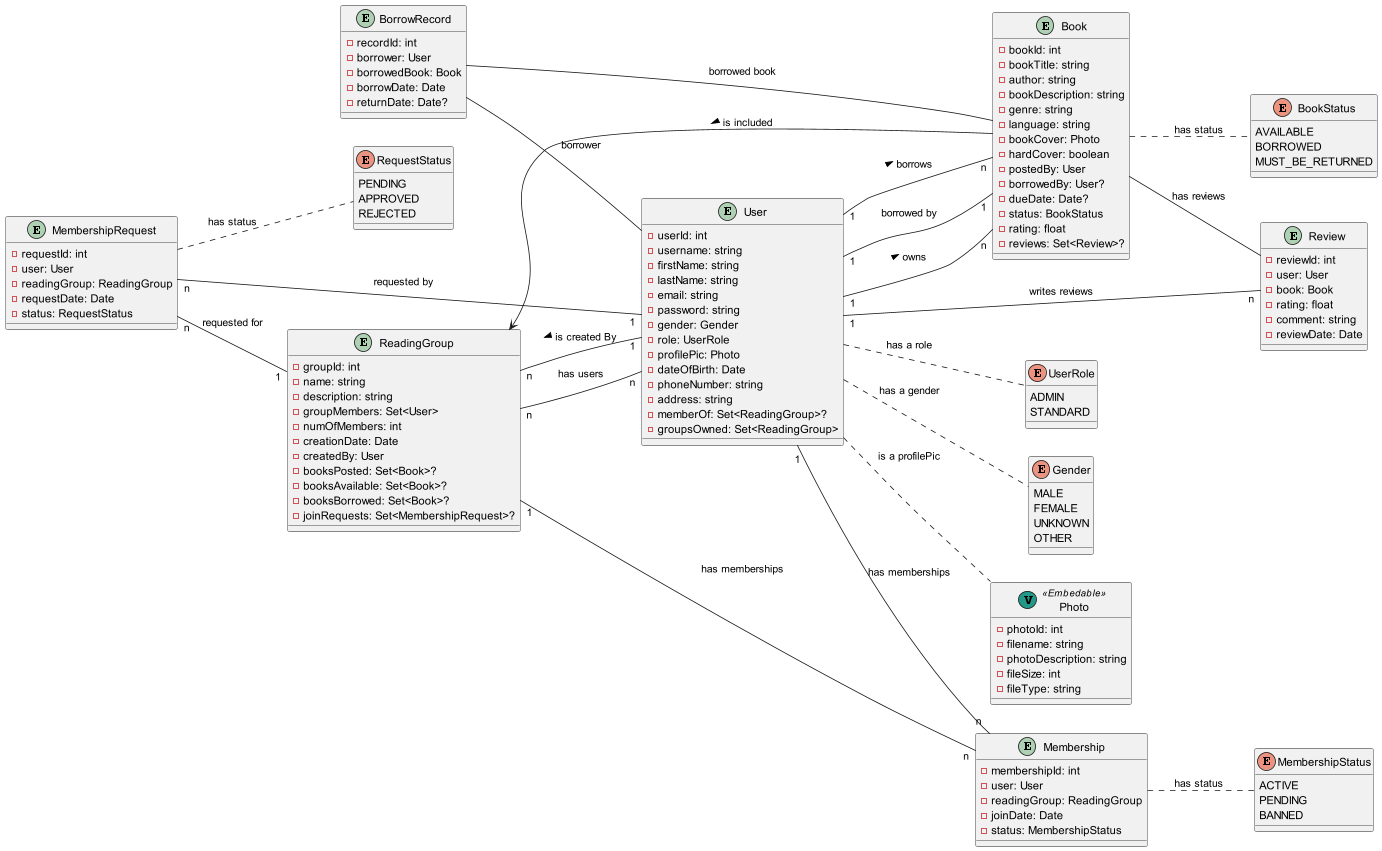
This is src/main/plantuml/pos-project.png from magdalinamihova/temp1, a PlantUML export, as it was before one commit.
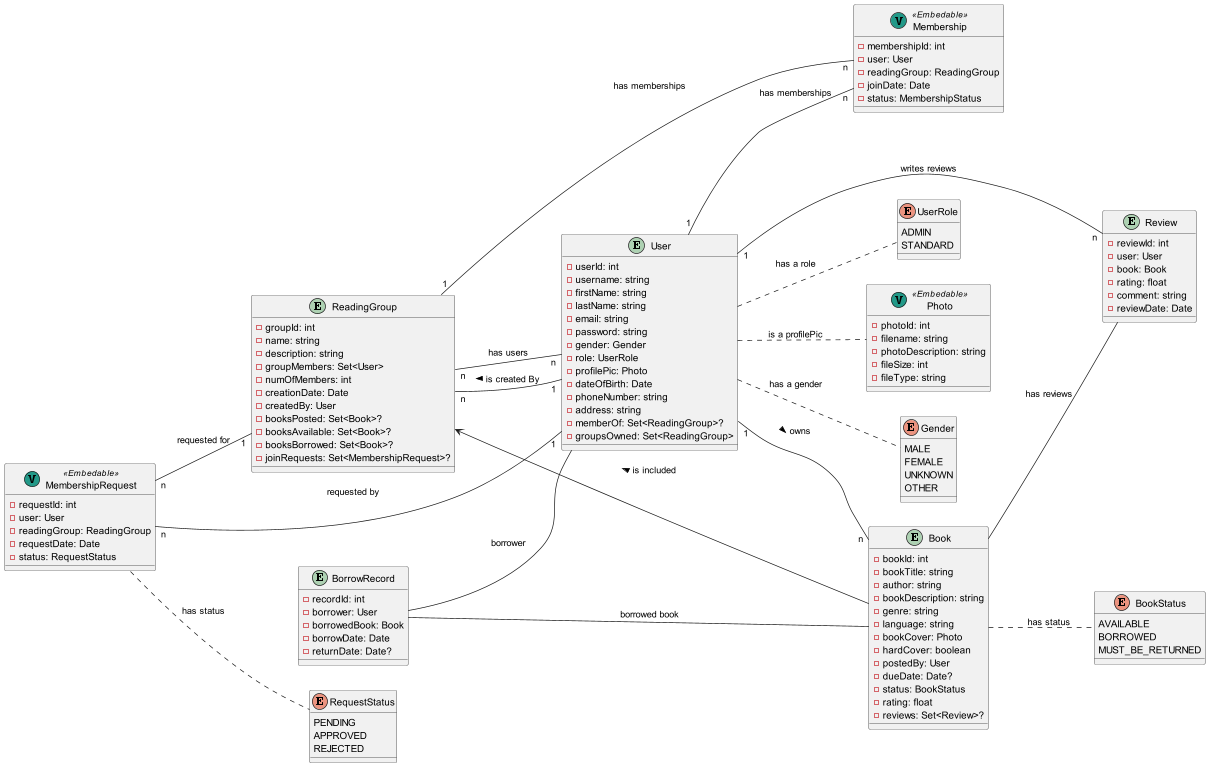
Above is the later version.

Diff of the diagram source:
```diff
@@ -40,7 +40,6 @@
   -bookCover: Photo
   -hardCover: boolean
   -postedBy: User
-  -borrowedBy: User?
   -dueDate: Date?
   -status: BookStatus
   -rating: float
@@ -78,13 +77,7 @@
   -joinRequests: Set<MembershipRequest>?
 }
 
-enum MembershipStatus {
-  ACTIVE
-  PENDING
-  BANNED
-}
-
-entity MembershipRequest {
+class MembershipRequest << (V,#229988) Embedable>> {
   -requestId: int
   -user: User
   -readingGroup: ReadingGroup
@@ -105,7 +98,7 @@
   OTHER
 }
 
-entity Membership {
+class Membership << (V,#229988) Embedable>>{
   -membershipId: int
   -user: User
   -readingGroup: ReadingGroup
@@ -124,9 +117,7 @@
 User .. UserRole : has a role
 User .. Photo : is a profilePic
 User .. Gender : has a gender
-User "1" -- "n" Book : > borrows
 User "1" -- "n" Book : > owns
-Book "1" -- "1" User :  borrowed by
 ReadingGroup <-- Book : < is included
 ReadingGroup "n" -- "n" User : has users
 ReadingGroup "n" -- "1" User : < is created By
@@ -139,7 +130,6 @@
 MembershipRequest "n" -- "1" User : requested by
 MembershipRequest "n" -- "1" ReadingGroup : requested for
 Book .. BookStatus : has status
-Membership .. MembershipStatus : has status
 MembershipRequest .. RequestStatus : has status
 
 @enduml
```
